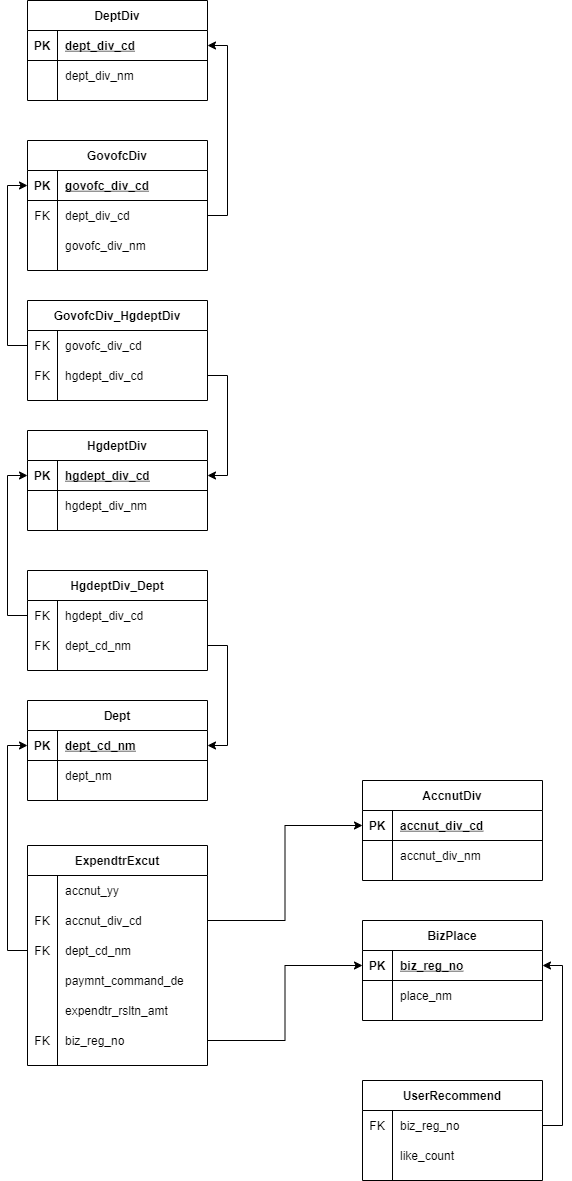
This is document/다이어그램/rel_diagram.png from pengm2ng/AJOU_DATABASE_JMT, a draw.io export, as it was before one commit. Source tidied: cells renumbered, new cells last; positions are measured from the earlier drawing's top-left corner, leaving out a move shared by most shapes.
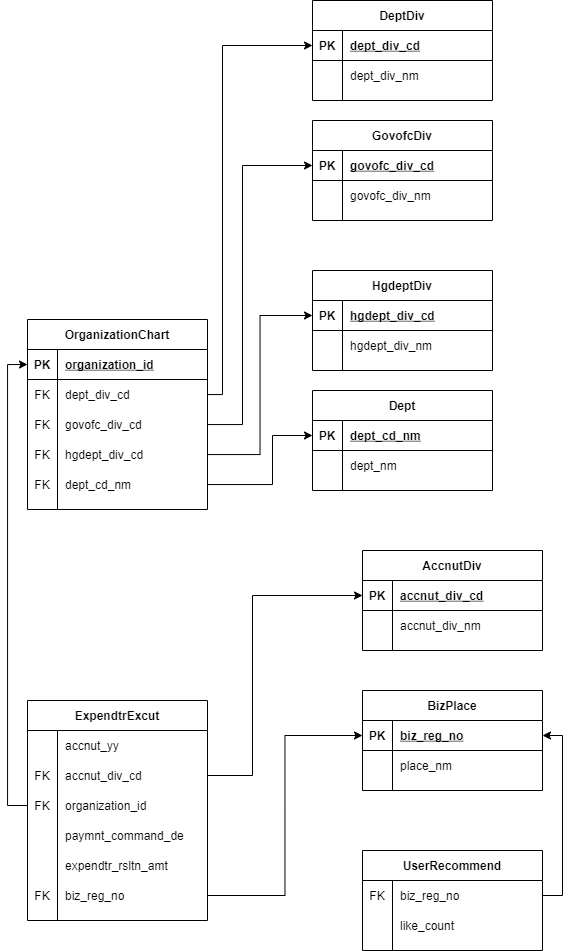
The same diagram one commit later.

Commit message:
rel diagram added

The edit, as a diff of the source:
```diff
@@ -24,10 +24,15 @@
       <mxGeometry x="30" width="150" height="30" as="geometry" />
     </mxCell>
     <mxCell id="9" style="edgeStyle=orthogonalEdgeStyle;rounded=0;jettySize=auto;html=1;" parent="1" edge="1" source="14" target="3">
-      <mxGeometry relative="1" as="geometry" />
+      <mxGeometry relative="1" as="geometry">
+        <Array as="points">
+          <mxPoint x="225" y="1005" />
+          <mxPoint x="225" y="825" />
+        </Array>
+      </mxGeometry>
     </mxCell>
     <mxCell id="10" value="ExpendtrExcut" style="shape=table;startSize=30;rowLines=0;fontStyle=1;align=center;" parent="1" vertex="1">
-      <mxGeometry y="845" width="180" height="220" as="geometry" />
+      <mxGeometry y="930" width="180" height="220" as="geometry" />
     </mxCell>
     <mxCell id="11" style="shape=partialRectangle;fillColor=none;top=0;left=0;bottom=0;right=0;" parent="10" vertex="1">
       <mxGeometry y="30" width="180" height="30" as="geometry" />
@@ -53,7 +58,7 @@
     <mxCell id="18" value="FK" style="shape=partialRectangle;fillColor=none;top=0;left=0;bottom=0;right=0;fontStyle=0;overflow=hidden;" parent="17" vertex="1">
       <mxGeometry width="30" height="30" as="geometry" />
     </mxCell>
-    <mxCell id="19" value="dept_cd_nm" style="shape=partialRectangle;fillColor=none;top=0;left=0;bottom=0;right=0;align=left;spacingLeft=6;fontStyle=0;overflow=hidden;" parent="17" vertex="1">
+    <mxCell id="19" value="organization_id" style="shape=partialRectangle;fillColor=none;top=0;left=0;bottom=0;right=0;align=left;spacingLeft=6;fontStyle=0;overflow=hidden;" parent="17" vertex="1">
       <mxGeometry x="30" width="150" height="30" as="geometry" />
     </mxCell>
     <mxCell id="20" style="shape=partialRectangle;fillColor=none;top=0;left=0;bottom=0;right=0;" parent="10" vertex="1">
@@ -126,7 +131,7 @@
       <mxGeometry x="30" width="150" height="30" as="geometry" />
     </mxCell>
     <mxCell id="43" value="Dept" style="shape=table;startSize=30;rowLines=0;fontStyle=1;align=center;" parent="1" vertex="1">
-      <mxGeometry y="700" width="180" height="100" as="geometry" />
+      <mxGeometry x="285" y="620" width="180" height="100" as="geometry" />
     </mxCell>
     <mxCell id="44" style="shape=partialRectangle;fillColor=none;top=0;left=0;bottom=1;right=0;points=[[0,0.5],[1,0.5]];portConstraint=eastwest;" parent="43" vertex="1">
       <mxGeometry y="30" width="180" height="30" as="geometry" />
@@ -147,7 +152,7 @@
       <mxGeometry x="30" width="150" height="30" as="geometry" />
     </mxCell>
     <mxCell id="50" value="HgdeptDiv" style="shape=table;startSize=30;rowLines=0;fontStyle=1;align=center;" parent="1" vertex="1">
-      <mxGeometry y="430" width="180" height="100" as="geometry" />
+      <mxGeometry x="285" y="500" width="180" height="100" as="geometry" />
     </mxCell>
     <mxCell id="51" style="shape=partialRectangle;fillColor=none;top=0;left=0;bottom=1;right=0;points=[[0,0.5],[1,0.5]];portConstraint=eastwest;" parent="50" vertex="1">
       <mxGeometry y="30" width="180" height="30" as="geometry" />
@@ -167,38 +172,8 @@
     <mxCell id="56" value="hgdept_div_nm" style="shape=partialRectangle;fillColor=none;top=0;left=0;bottom=0;right=0;align=left;spacingLeft=6;overflow=hidden;" parent="54" vertex="1">
       <mxGeometry x="30" width="150" height="30" as="geometry" />
     </mxCell>
-    <mxCell id="57" value="GovofcDiv" style="shape=table;startSize=30;rowLines=0;fontStyle=1;align=center;" parent="1" vertex="1">
-      <mxGeometry y="140" width="180" height="130" as="geometry" />
-    </mxCell>
-    <mxCell id="58" style="shape=partialRectangle;fillColor=none;top=0;left=0;bottom=1;right=0;points=[[0,0.5],[1,0.5]];portConstraint=eastwest;" parent="57" vertex="1">
-      <mxGeometry y="30" width="180" height="30" as="geometry" />
-    </mxCell>
-    <mxCell id="59" value="PK" style="shape=partialRectangle;fillColor=none;top=0;left=0;bottom=0;right=0;fontStyle=1;overflow=hidden;" parent="58" vertex="1">
-      <mxGeometry width="30" height="30" as="geometry" />
-    </mxCell>
-    <mxCell id="60" value="govofc_div_cd" style="shape=partialRectangle;fillColor=none;top=0;left=0;bottom=0;right=0;align=left;spacingLeft=6;fontStyle=5;overflow=hidden;" parent="58" vertex="1">
-      <mxGeometry x="30" width="150" height="30" as="geometry" />
-    </mxCell>
-    <mxCell id="61" style="shape=partialRectangle;fillColor=none;top=0;left=0;bottom=0;right=0;points=[[0,0.5],[1,0.5]];portConstraint=eastwest;" parent="57" vertex="1">
-      <mxGeometry y="60" width="180" height="30" as="geometry" />
-    </mxCell>
-    <mxCell id="62" value="FK" style="shape=partialRectangle;fillColor=none;top=0;left=0;bottom=0;right=0;fontStyle=0;overflow=hidden;" parent="61" vertex="1">
-      <mxGeometry width="30" height="30" as="geometry" />
-    </mxCell>
-    <mxCell id="63" value="dept_div_cd" style="shape=partialRectangle;fillColor=none;top=0;left=0;bottom=0;right=0;align=left;spacingLeft=6;fontStyle=0;overflow=hidden;" parent="61" vertex="1">
-      <mxGeometry x="30" width="150" height="30" as="geometry" />
-    </mxCell>
-    <mxCell id="64" style="shape=partialRectangle;fillColor=none;top=0;left=0;bottom=0;right=0;" parent="57" vertex="1">
-      <mxGeometry y="90" width="180" height="30" as="geometry" />
-    </mxCell>
-    <mxCell id="65" style="shape=partialRectangle;fillColor=none;top=0;left=0;bottom=0;right=0;overflow=hidden;" parent="64" vertex="1">
-      <mxGeometry width="30" height="30" as="geometry" />
-    </mxCell>
-    <mxCell id="66" value="govofc_div_nm" style="shape=partialRectangle;fillColor=none;top=0;left=0;bottom=0;right=0;align=left;spacingLeft=6;overflow=hidden;" parent="64" vertex="1">
-      <mxGeometry x="30" width="150" height="30" as="geometry" />
-    </mxCell>
     <mxCell id="67" value="DeptDiv" style="shape=table;startSize=30;rowLines=0;fontStyle=1;align=center;" parent="1" vertex="1">
-      <mxGeometry width="180" height="100" as="geometry" />
+      <mxGeometry x="285" y="230" width="180" height="100" as="geometry" />
     </mxCell>
     <mxCell id="68" style="shape=partialRectangle;fillColor=none;top=0;left=0;bottom=1;right=0;points=[[0,0.5],[1,0.5]];portConstraint=eastwest;" parent="67" vertex="1">
       <mxGeometry y="30" width="180" height="30" as="geometry" />
@@ -218,7 +193,7 @@
     <mxCell id="73" value="dept_div_nm" style="shape=partialRectangle;fillColor=none;top=0;left=0;bottom=0;right=0;align=left;spacingLeft=6;overflow=hidden;" parent="71" vertex="1">
       <mxGeometry x="30" width="150" height="30" as="geometry" />
     </mxCell>
-    <mxCell id="74" style="edgeStyle=orthogonalEdgeStyle;rounded=0;jettySize=auto;html=1;entryX=0;entryY=0.5;entryDx=0;entryDy=0;" parent="1" edge="1" source="17" target="44">
+    <mxCell id="74" style="edgeStyle=orthogonalEdgeStyle;rounded=0;jettySize=auto;html=1;entryX=0;entryY=0.5;entryDx=0;entryDy=0;" parent="1" edge="1" source="17" target="96">
       <mxGeometry relative="1" as="geometry" />
     </mxCell>
     <mxCell id="75" style="edgeStyle=orthogonalEdgeStyle;rounded=0;jettySize=auto;html=1;exitX=1;exitY=0.5;exitDx=0;exitDy=0;" parent="1" edge="1" source="26" target="30">
@@ -227,62 +202,101 @@
     <mxCell id="76" style="edgeStyle=orthogonalEdgeStyle;rounded=0;jettySize=auto;html=1;exitX=1;exitY=0.5;exitDx=0;exitDy=0;" parent="1" edge="1" source="37" target="30">
       <mxGeometry relative="1" as="geometry" />
     </mxCell>
-    <mxCell id="77" value="HgdeptDiv_Dept" style="shape=table;startSize=30;rowLines=0;fontStyle=1;align=center;" parent="1" vertex="1">
-      <mxGeometry y="570" width="180" height="100" as="geometry" />
-    </mxCell>
-    <mxCell id="78" style="shape=partialRectangle;fillColor=none;top=0;left=0;bottom=0;right=0;points=[[0,0.5],[1,0.5]];portConstraint=eastwest;" parent="77" vertex="1">
-      <mxGeometry y="30" width="180" height="30" as="geometry" />
-    </mxCell>
-    <mxCell id="79" value="FK" style="shape=partialRectangle;fillColor=none;top=0;left=0;bottom=0;right=0;overflow=hidden;" parent="78" vertex="1">
-      <mxGeometry width="30" height="30" as="geometry" />
-    </mxCell>
-    <mxCell id="80" value="hgdept_div_cd" style="shape=partialRectangle;fillColor=none;top=0;left=0;bottom=0;right=0;align=left;spacingLeft=6;overflow=hidden;" parent="78" vertex="1">
-      <mxGeometry x="30" width="150" height="30" as="geometry" />
-    </mxCell>
-    <mxCell id="81" style="shape=partialRectangle;fillColor=none;top=0;left=0;bottom=0;right=0;points=[[0,0.5],[1,0.5]];portConstraint=eastwest;" parent="77" vertex="1">
-      <mxGeometry y="60" width="180" height="30" as="geometry" />
-    </mxCell>
-    <mxCell id="82" value="FK" style="shape=partialRectangle;fillColor=none;top=0;left=0;bottom=0;right=0;overflow=hidden;" parent="81" vertex="1">
-      <mxGeometry width="30" height="30" as="geometry" />
-    </mxCell>
+    <mxCell id="95" value="OrganizationChart" style="shape=table;startSize=30;rowLines=0;fontStyle=1;align=center;" parent="1" vertex="1">
+      <mxGeometry y="549" width="180" height="190" as="geometry" />
+    </mxCell>
+    <mxCell id="96" style="shape=partialRectangle;fillColor=none;top=0;left=0;bottom=1;right=0;points=[[0,0.5],[1,0.5]];portConstraint=eastwest;" parent="95" vertex="1">
+      <mxGeometry y="30" width="180" height="30" as="geometry" />
+    </mxCell>
+    <mxCell id="97" value="PK" style="shape=partialRectangle;fillColor=none;top=0;left=0;bottom=0;right=0;fontStyle=1;overflow=hidden;" parent="96" vertex="1">
+      <mxGeometry width="30" height="30" as="geometry" />
+    </mxCell>
+    <mxCell id="98" value="organization_id" style="shape=partialRectangle;fillColor=none;top=0;left=0;bottom=0;right=0;align=left;spacingLeft=6;fontStyle=5;overflow=hidden;" parent="96" vertex="1">
+      <mxGeometry x="30" width="150" height="30" as="geometry" />
+    </mxCell>
+    <mxCell id="99" style="shape=partialRectangle;fillColor=none;top=0;left=0;bottom=0;right=0;points=[[0,0.5],[1,0.5]];portConstraint=eastwest;" parent="95" vertex="1">
+      <mxGeometry y="60" width="180" height="30" as="geometry" />
+    </mxCell>
+    <mxCell id="100" value="FK" style="shape=partialRectangle;fillColor=none;top=0;left=0;bottom=0;right=0;overflow=hidden;" parent="99" vertex="1">
+      <mxGeometry width="30" height="30" as="geometry" />
+    </mxCell>
+    <mxCell id="63" value="dept_div_cd" style="shape=partialRectangle;fillColor=none;top=0;left=0;bottom=0;right=0;align=left;spacingLeft=6;overflow=hidden;" parent="99" vertex="1">
+      <mxGeometry x="30" width="150" height="30" as="geometry" />
+    </mxCell>
+    <mxCell id="101" style="shape=partialRectangle;fillColor=none;top=0;left=0;bottom=0;right=0;points=[[0,0.5],[1,0.5]];portConstraint=eastwest;" parent="95" vertex="1">
+      <mxGeometry y="90" width="180" height="30" as="geometry" />
+    </mxCell>
+    <mxCell id="102" value="FK" style="shape=partialRectangle;fillColor=none;top=0;left=0;bottom=0;right=0;fontStyle=0;overflow=hidden;" parent="101" vertex="1">
+      <mxGeometry width="30" height="30" as="geometry" />
+    </mxCell>
+    <mxCell id="87" value="govofc_div_cd" style="shape=partialRectangle;fillColor=none;top=0;left=0;bottom=0;right=0;align=left;spacingLeft=6;fontStyle=0;overflow=hidden;" parent="101" vertex="1">
+      <mxGeometry x="30" width="150" height="30" as="geometry" />
+    </mxCell>
+    <mxCell id="103" style="shape=partialRectangle;fillColor=none;top=0;left=0;bottom=0;right=0;points=[[0,0.5],[1,0.5]];portConstraint=eastwest;" parent="95" vertex="1">
+      <mxGeometry y="120" width="180" height="30" as="geometry" />
+    </mxCell>
+    <mxCell id="104" value="FK" style="shape=partialRectangle;fillColor=none;top=0;left=0;bottom=0;right=0;fontStyle=0;overflow=hidden;" parent="103" vertex="1">
+      <mxGeometry width="30" height="30" as="geometry" />
+    </mxCell>
+    <mxCell id="105" value="hgdept_div_cd" style="shape=partialRectangle;fillColor=none;top=0;left=0;bottom=0;right=0;align=left;spacingLeft=6;fontStyle=0;overflow=hidden;" parent="103" vertex="1">
+      <mxGeometry x="30" width="150" height="30" as="geometry" />
+    </mxCell>
+    <mxCell id="106" style="shape=partialRectangle;fillColor=none;top=0;left=0;bottom=0;right=0;points=[[0,0.5],[1,0.5]];portConstraint=eastwest;" parent="95" vertex="1">
+      <mxGeometry y="150" width="180" height="30" as="geometry" />
+    </mxCell>
+    <mxCell id="107" value="FK" style="shape=partialRectangle;fillColor=none;top=0;left=0;bottom=0;right=0;fontStyle=0;overflow=hidden;" parent="106" vertex="1">
+      <mxGeometry width="30" height="30" as="geometry" />
+    </mxCell>
-    <mxCell id="83" value="dept_cd_nm" style="shape=partialRectangle;fillColor=none;top=0;left=0;bottom=0;right=0;align=left;spacingLeft=6;overflow=hidden;" parent="81" vertex="1">
+    <mxCell id="83" value="dept_cd_nm" style="shape=partialRectangle;fillColor=none;top=0;left=0;bottom=0;right=0;align=left;spacingLeft=6;fontStyle=0;overflow=hidden;" parent="106" vertex="1">
       <mxGeometry x="30" width="150" height="30" as="geometry" />
     </mxCell>
-    <mxCell id="84" value="GovofcDiv_HgdeptDiv" style="shape=table;startSize=30;rowLines=0;fontStyle=1;align=center;" parent="1" vertex="1">
-      <mxGeometry y="300" width="180" height="100" as="geometry" />
-    </mxCell>
-    <mxCell id="85" style="shape=partialRectangle;fillColor=none;top=0;left=0;bottom=0;right=0;points=[[0,0.5],[1,0.5]];portConstraint=eastwest;" parent="84" vertex="1">
-      <mxGeometry y="30" width="180" height="30" as="geometry" />
-    </mxCell>
-    <mxCell id="86" value="FK" style="shape=partialRectangle;fillColor=none;top=0;left=0;bottom=0;right=0;overflow=hidden;" parent="85" vertex="1">
-      <mxGeometry width="30" height="30" as="geometry" />
-    </mxCell>
-    <mxCell id="87" value="govofc_div_cd" style="shape=partialRectangle;fillColor=none;top=0;left=0;bottom=0;right=0;align=left;spacingLeft=6;overflow=hidden;" parent="85" vertex="1">
-      <mxGeometry x="30" width="150" height="30" as="geometry" />
-    </mxCell>
-    <mxCell id="88" style="shape=partialRectangle;fillColor=none;top=0;left=0;bottom=0;right=0;points=[[0,0.5],[1,0.5]];portConstraint=eastwest;" parent="84" vertex="1">
-      <mxGeometry y="60" width="180" height="30" as="geometry" />
-    </mxCell>
-    <mxCell id="89" value="FK" style="shape=partialRectangle;fillColor=none;top=0;left=0;bottom=0;right=0;overflow=hidden;" parent="88" vertex="1">
-      <mxGeometry width="30" height="30" as="geometry" />
-    </mxCell>
-    <mxCell id="90" value="hgdept_div_cd" style="shape=partialRectangle;fillColor=none;top=0;left=0;bottom=0;right=0;align=left;spacingLeft=6;overflow=hidden;" parent="88" vertex="1">
-      <mxGeometry x="30" width="150" height="30" as="geometry" />
-    </mxCell>
-    <mxCell id="91" style="edgeStyle=orthogonalEdgeStyle;rounded=0;jettySize=auto;html=1;exitX=1;exitY=0.5;exitDx=0;exitDy=0;" parent="1" edge="1" source="88" target="51">
-      <mxGeometry relative="1" as="geometry" />
-    </mxCell>
-    <mxCell id="92" style="edgeStyle=orthogonalEdgeStyle;rounded=0;jettySize=auto;html=1;exitX=1;exitY=0.5;exitDx=0;exitDy=0;" parent="1" edge="1" source="81" target="44">
-      <mxGeometry relative="1" as="geometry" />
-    </mxCell>
-    <mxCell id="93" style="edgeStyle=orthogonalEdgeStyle;rounded=0;jettySize=auto;html=1;exitX=0;exitY=0.5;exitDx=0;exitDy=0;entryX=0;entryY=0.5;entryDx=0;entryDy=0;" parent="1" edge="1" source="78" target="51">
-      <mxGeometry relative="1" as="geometry" />
-    </mxCell>
-    <mxCell id="94" style="edgeStyle=orthogonalEdgeStyle;rounded=0;jettySize=auto;html=1;exitX=0;exitY=0.5;exitDx=0;exitDy=0;entryX=0;entryY=0.5;entryDx=0;entryDy=0;" parent="1" edge="1" source="85" target="58">
-      <mxGeometry relative="1" as="geometry" />
-    </mxCell>
-    <mxCell id="95" style="edgeStyle=orthogonalEdgeStyle;rounded=0;jettySize=auto;html=1;exitX=1;exitY=0.5;exitDx=0;exitDy=0;" parent="1" edge="1" source="61" target="68">
-      <mxGeometry relative="1" as="geometry" />
-    </mxCell>
+    <mxCell id="108" style="edgeStyle=orthogonalEdgeStyle;rounded=0;jettySize=auto;html=1;" parent="1" edge="1" source="99" target="68">
+      <mxGeometry relative="1" as="geometry">
+        <Array as="points">
+          <mxPoint x="195" y="624" />
+          <mxPoint x="195" y="275" />
+        </Array>
+      </mxGeometry>
+    </mxCell>
+    <mxCell id="109" style="edgeStyle=orthogonalEdgeStyle;rounded=0;jettySize=auto;html=1;" parent="1" edge="1" source="101" target="58">
+      <mxGeometry relative="1" as="geometry">
+        <Array as="points">
+          <mxPoint x="215" y="654" />
+          <mxPoint x="215" y="395" />
+        </Array>
+      </mxGeometry>
+    </mxCell>
+    <mxCell id="57" value="GovofcDiv" style="shape=table;startSize=30;rowLines=0;fontStyle=1;align=center;" parent="1" vertex="1">
+      <mxGeometry x="285" y="350" width="180" height="100" as="geometry" />
+    </mxCell>
+    <mxCell id="58" style="shape=partialRectangle;fillColor=none;top=0;left=0;bottom=1;right=0;points=[[0,0.5],[1,0.5]];portConstraint=eastwest;" parent="57" vertex="1">
+      <mxGeometry y="30" width="180" height="30" as="geometry" />
+    </mxCell>
+    <mxCell id="59" value="PK" style="shape=partialRectangle;fillColor=none;top=0;left=0;bottom=0;right=0;fontStyle=1;overflow=hidden;" parent="58" vertex="1">
+      <mxGeometry width="30" height="30" as="geometry" />
+    </mxCell>
+    <mxCell id="60" value="govofc_div_cd" style="shape=partialRectangle;fillColor=none;top=0;left=0;bottom=0;right=0;align=left;spacingLeft=6;fontStyle=5;overflow=hidden;" parent="58" vertex="1">
+      <mxGeometry x="30" width="150" height="30" as="geometry" />
+    </mxCell>
+    <mxCell id="64" style="shape=partialRectangle;fillColor=none;top=0;left=0;bottom=0;right=0;" parent="57" vertex="1">
+      <mxGeometry y="60" width="180" height="30" as="geometry" />
+    </mxCell>
+    <mxCell id="65" style="shape=partialRectangle;fillColor=none;top=0;left=0;bottom=0;right=0;overflow=hidden;" parent="64" vertex="1">
+      <mxGeometry width="30" height="30" as="geometry" />
+    </mxCell>
+    <mxCell id="66" value="govofc_div_nm" style="shape=partialRectangle;fillColor=none;top=0;left=0;bottom=0;right=0;align=left;spacingLeft=6;overflow=hidden;" parent="64" vertex="1">
+      <mxGeometry x="30" width="150" height="30" as="geometry" />
+    </mxCell>
+    <mxCell id="110" style="edgeStyle=orthogonalEdgeStyle;rounded=0;jettySize=auto;html=1;" parent="1" edge="1" source="103" target="51">
+      <mxGeometry relative="1" as="geometry" />
+    </mxCell>
+    <mxCell id="111" style="edgeStyle=orthogonalEdgeStyle;rounded=0;jettySize=auto;html=1;" parent="1" edge="1" source="106" target="44">
+      <mxGeometry relative="1" as="geometry">
+        <Array as="points">
+          <mxPoint x="245" y="714" />
+          <mxPoint x="245" y="665" />
+        </Array>
+      </mxGeometry>
+    </mxCell>
   </root>
 </mxGraphModel>
```
